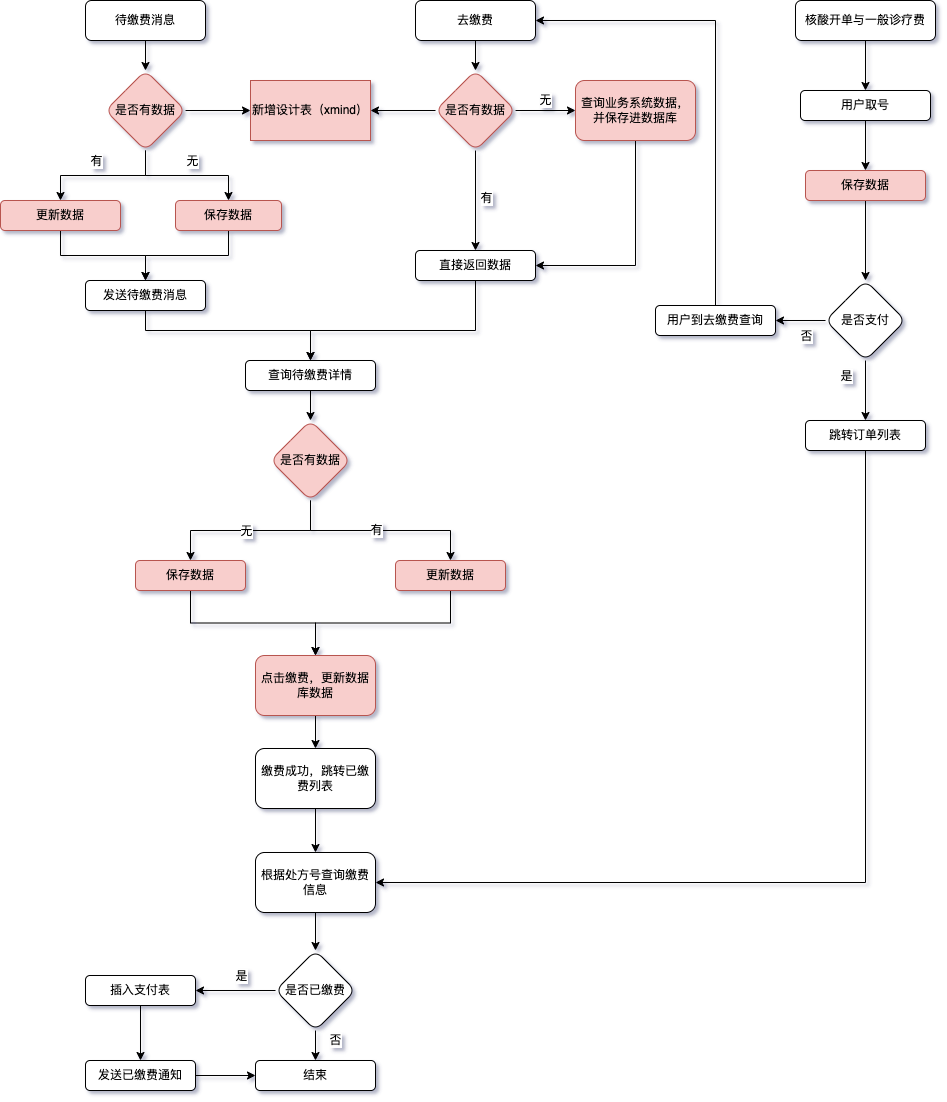
The draw.io diagram 社康通/待缴费与诊中.drawio.png in mapleFdg/diagrams, before a commit. Source tidied: cells renumbered, new cells last; positions are measured from the earlier drawing's top-left corner, leaving out a move shared by most shapes.
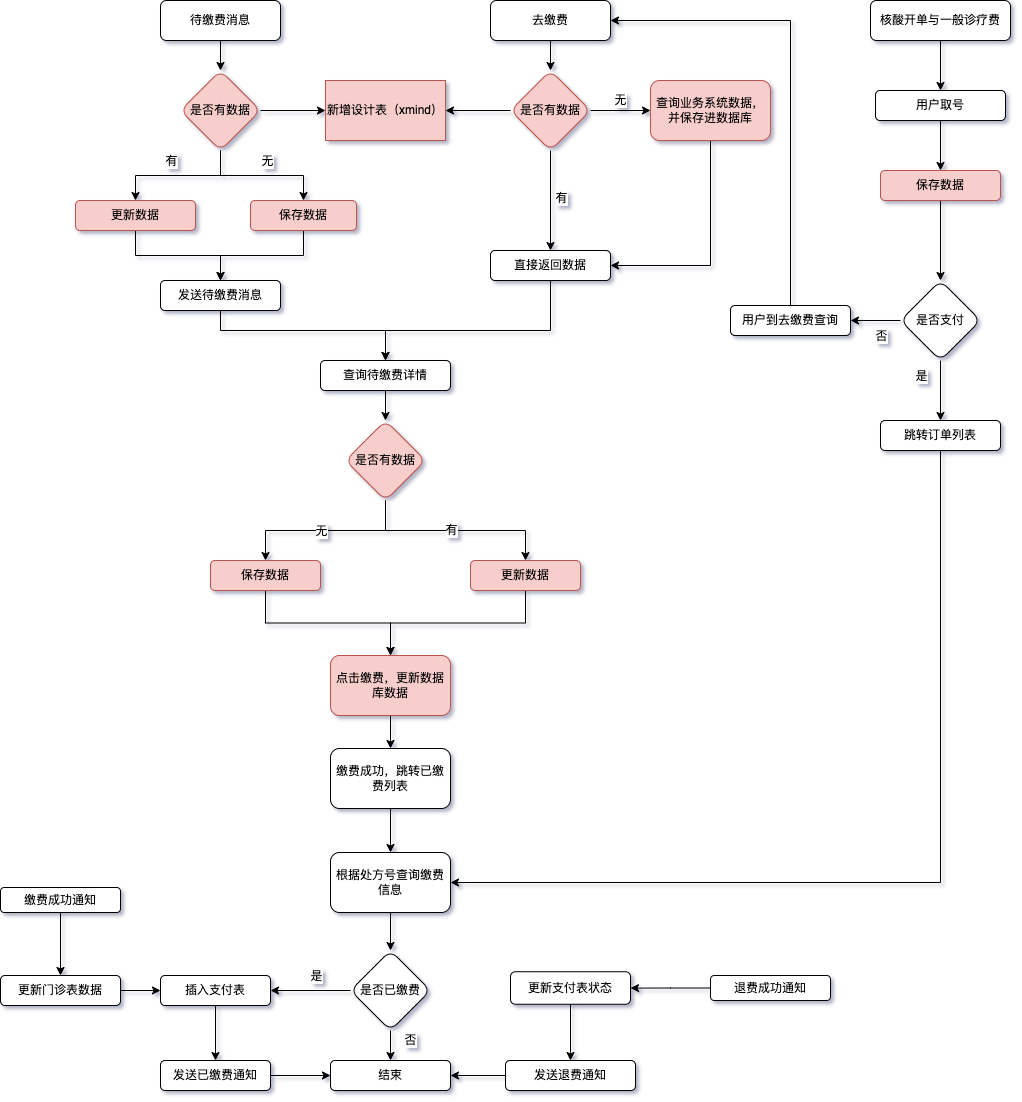
The same file after the commit.

Commit message:
更新待缴费与诊中.drawio.png

Diff of the diagram source:
```diff
@@ -234,5 +234,35 @@
     <mxCell id="69" value="用户到去缴费查询" style="whiteSpace=wrap;html=1;rounded=1;" parent="1" vertex="1">
       <mxGeometry x="655" y="305" width="120" height="30" as="geometry" />
     </mxCell>
+    <mxCell id="70" style="edgeStyle=orthogonalEdgeStyle;rounded=0;jettySize=auto;html=1;" parent="1" edge="1" source="71" target="79">
+      <mxGeometry relative="1" as="geometry" />
+    </mxCell>
+    <mxCell id="71" value="缴费成功通知" style="rounded=1;whiteSpace=wrap;html=1;" parent="1" vertex="1">
+      <mxGeometry x="-75" y="887" width="120" height="25" as="geometry" />
+    </mxCell>
+    <mxCell id="72" style="edgeStyle=orthogonalEdgeStyle;rounded=0;jettySize=auto;html=1;" parent="1" edge="1" source="73" target="75">
+      <mxGeometry relative="1" as="geometry" />
+    </mxCell>
+    <mxCell id="73" value="退费成功通知" style="rounded=1;whiteSpace=wrap;html=1;" parent="1" vertex="1">
+      <mxGeometry x="635" y="975" width="120" height="25" as="geometry" />
+    </mxCell>
+    <mxCell id="74" style="edgeStyle=orthogonalEdgeStyle;rounded=0;jettySize=auto;html=1;" parent="1" edge="1" source="75" target="77">
+      <mxGeometry relative="1" as="geometry" />
+    </mxCell>
+    <mxCell id="75" value="更新支付表状态" style="whiteSpace=wrap;html=1;rounded=1;" parent="1" vertex="1">
+      <mxGeometry x="435" y="971.2" width="120" height="32.5" as="geometry" />
+    </mxCell>
+    <mxCell id="76" style="edgeStyle=orthogonalEdgeStyle;rounded=0;jettySize=auto;html=1;" parent="1" edge="1" source="77" target="49">
+      <mxGeometry relative="1" as="geometry" />
+    </mxCell>
+    <mxCell id="77" value="发送退费通知" style="whiteSpace=wrap;html=1;rounded=1;" parent="1" vertex="1">
+      <mxGeometry x="430" y="1060" width="130" height="30" as="geometry" />
+    </mxCell>
+    <mxCell id="78" style="edgeStyle=orthogonalEdgeStyle;rounded=0;jettySize=auto;html=1;" parent="1" edge="1" source="79" target="48">
+      <mxGeometry relative="1" as="geometry" />
+    </mxCell>
+    <mxCell id="79" value="更新门诊表数据" style="whiteSpace=wrap;html=1;rounded=1;" parent="1" vertex="1">
+      <mxGeometry x="-75" y="975" width="120" height="30" as="geometry" />
+    </mxCell>
   </root>
 </mxGraphModel>
```
